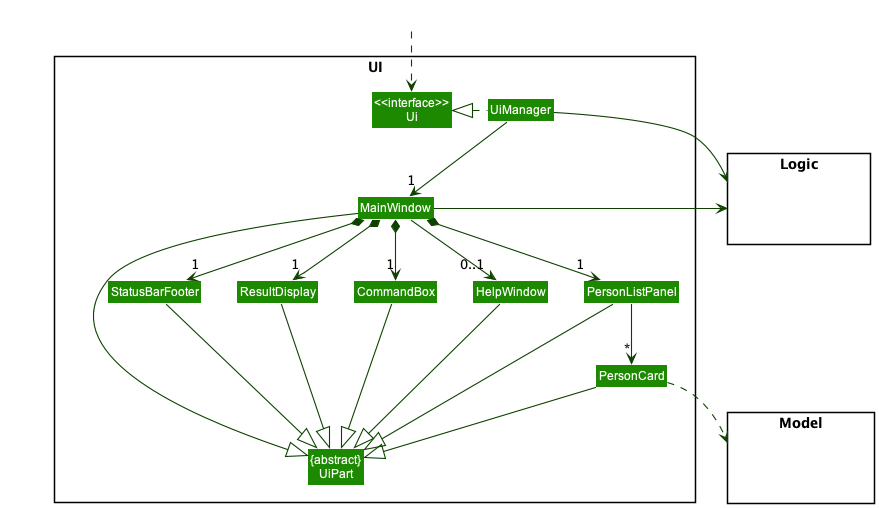
Earlier version of the PlantUML export docs/images/UiClassDiagram.png (nus-cs2103-AY2223S1/tp).
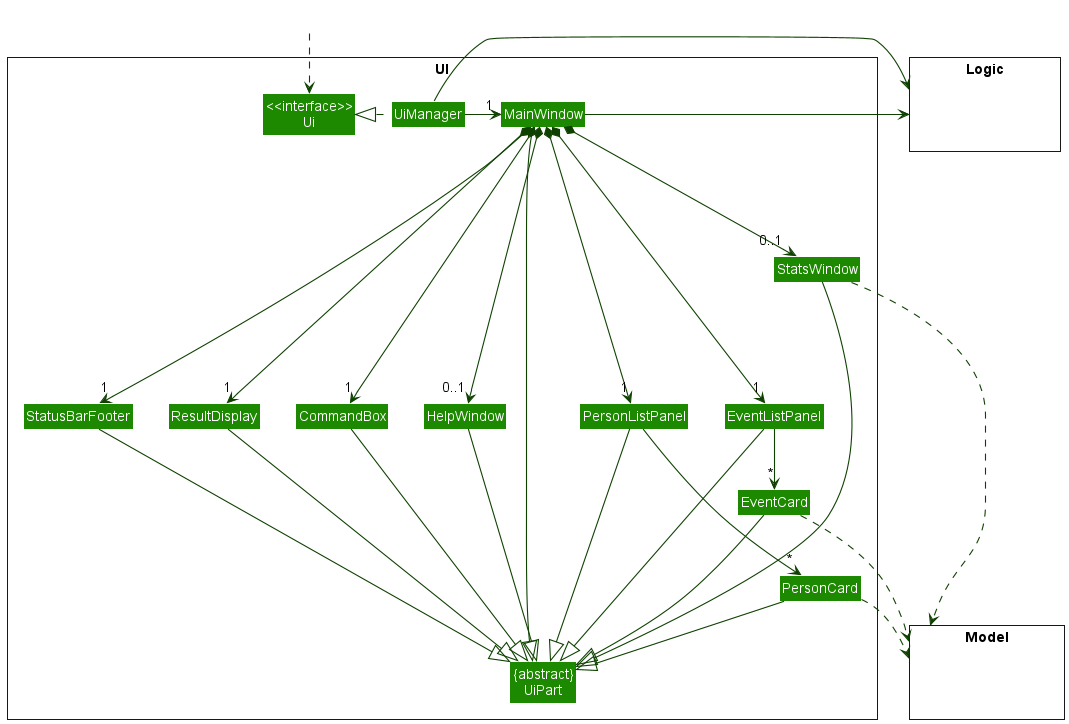
After the commit.

The edit, as a diff of the source:
```diff
@@ -15,6 +15,9 @@
 Class PersonCard
 Class StatusBarFooter
 Class CommandBox
+Class EventListPanel
+Class StatsWindow
+Class EventCard
 }
 
 package Model <<Rectangle>> {
@@ -29,16 +32,19 @@
 HiddenOutside ..> Ui
 
 UiManager .left.|> Ui
-UiManager -down-> "1" MainWindow
-MainWindow *-down->  "1" CommandBox
-MainWindow *-down-> "1" ResultDisplay
-MainWindow *-down-> "1" PersonListPanel
-MainWindow *-down-> "1" StatusBarFooter
-MainWindow --> "0..1" HelpWindow
+UiManager -right--> "1" MainWindow
+MainWindow *-down-->  "1" CommandBox
+MainWindow *-down--> "1" ResultDisplay
+MainWindow ---|> UiPart
+MainWindow *-down--> "1" PersonListPanel
+MainWindow *-down----> "1" StatusBarFooter
+MainWindow *-down--> "1" EventListPanel
+MainWindow *-down-> "0..1" HelpWindow
+MainWindow *-down-> "0..1" StatsWindow
 
-PersonListPanel -down-> "*" PersonCard
+PersonListPanel -down--> "*" PersonCard
+EventListPanel -down-> "*" EventCard
 
-MainWindow -left-|> UiPart
 
 ResultDisplay --|> UiPart
 CommandBox --|> UiPart
@@ -46,11 +52,18 @@
 PersonCard --|> UiPart
 StatusBarFooter --|> UiPart
 HelpWindow --|> UiPart
+EventListPanel --|> UiPart
+EventCard --|> UiPart
+StatsWindow --|> UiPart
 
+EventCard ..> Model
+StatsWindow ..> Model
 PersonCard ..> Model
 UiManager -right-> Logic
 MainWindow -left-> Logic
 
+
+EventListPanel -[hidden]left- PersonListPanel
 PersonListPanel -[hidden]left- HelpWindow
 HelpWindow -[hidden]left- CommandBox
 CommandBox -[hidden]left- ResultDisplay
```
